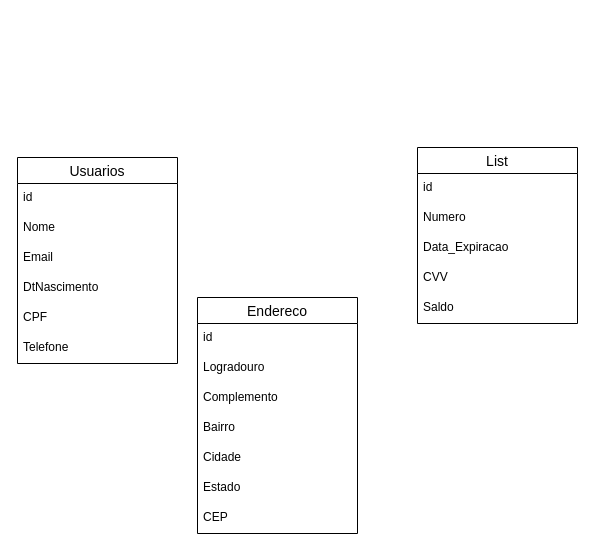
This is Usuarios.drawio from mateuscarestiato/Ecommerce, a draw.io file, before an edit. Source tidied: cells renumbered, new cells numbered last; positions are measured from the earlier drawing's top-left corner, leaving out a move shared by most shapes. Both pictures are drawn from the tidied source at 100%, with x=0, y=0 at pixel (17, 147).
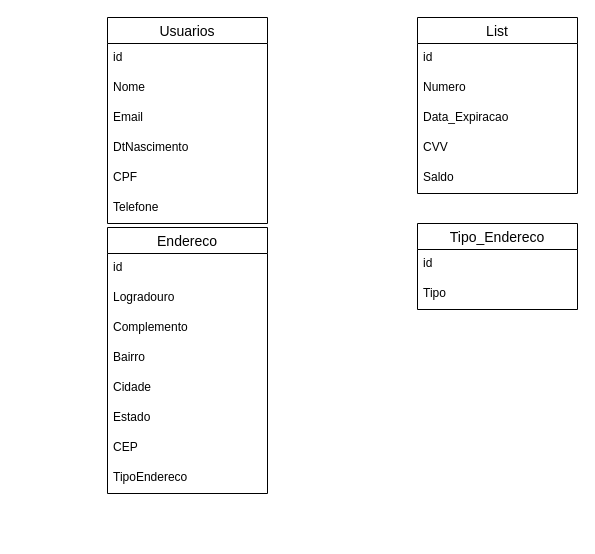
The same page after the edit.

The edit, as a diff of the source:
```diff
@@
     <mxCell id="2" value="Usuarios" style="swimlane;fontStyle=0;horizontal=1;startSize=26;align=center;fontSize=14;" parent="1" vertex="1">
-      <mxGeometry y="10" width="160" height="206" as="geometry" />
+      <mxGeometry x="90" y="-130" width="160" height="206" as="geometry" />
     </mxCell>
@@
     <mxCell id="9" value="Endereco" style="swimlane;fontStyle=0;horizontal=1;startSize=26;align=center;fontSize=14;" parent="1" vertex="1">
-      <mxGeometry x="180" y="150" width="160" height="236" as="geometry" />
+      <mxGeometry x="90" y="80" width="160" height="266" as="geometry" />
     </mxCell>
@@
+    <mxCell id="23" value="CEP" style="text;strokeColor=none;fillColor=none;spacingLeft=4;spacingRight=4;overflow=hidden;fontSize=12;whiteSpace=wrap;html=1;" parent="9" vertex="1">
+      <mxGeometry y="206" width="160" height="30" as="geometry" />
+    </mxCell>
-    <mxCell id="16" value="CEP" style="text;strokeColor=none;fillColor=none;spacingLeft=4;spacingRight=4;overflow=hidden;fontSize=12;whiteSpace=wrap;html=1;" parent="9" vertex="1">
-      <mxGeometry y="206" width="160" height="30" as="geometry" />
+    <mxCell id="16" value="TipoEndereco" style="text;strokeColor=none;fillColor=none;spacingLeft=4;spacingRight=4;overflow=hidden;fontSize=12;whiteSpace=wrap;html=1;" parent="9" vertex="1">
+      <mxGeometry y="236" width="160" height="30" as="geometry" />
     </mxCell>
     <mxCell id="17" value="List" style="swimlane;fontStyle=0;horizontal=1;startSize=26;align=center;fontSize=14;" parent="1" vertex="1">
-      <mxGeometry x="400" width="160" height="176" as="geometry" />
+      <mxGeometry x="400" y="-130" width="160" height="176" as="geometry" />
     </mxCell>
@@
+    <mxCell id="24" value="Tipo_Endereco" style="swimlane;fontStyle=0;horizontal=1;startSize=26;align=center;fontSize=14;" parent="1" vertex="1">
+      <mxGeometry x="400" y="76" width="160" height="86" as="geometry" />
+    </mxCell>
+    <mxCell id="25" value="id" style="text;strokeColor=none;fillColor=none;spacingLeft=4;spacingRight=4;overflow=hidden;fontSize=12;whiteSpace=wrap;html=1;" parent="24" vertex="1">
+      <mxGeometry y="26" width="160" height="30" as="geometry" />
+    </mxCell>
+    <mxCell id="26" value="Tipo" style="text;strokeColor=none;fillColor=none;spacingLeft=4;spacingRight=4;overflow=hidden;fontSize=12;whiteSpace=wrap;html=1;" parent="24" vertex="1">
+      <mxGeometry y="56" width="160" height="30" as="geometry" />
+    </mxCell>
```
